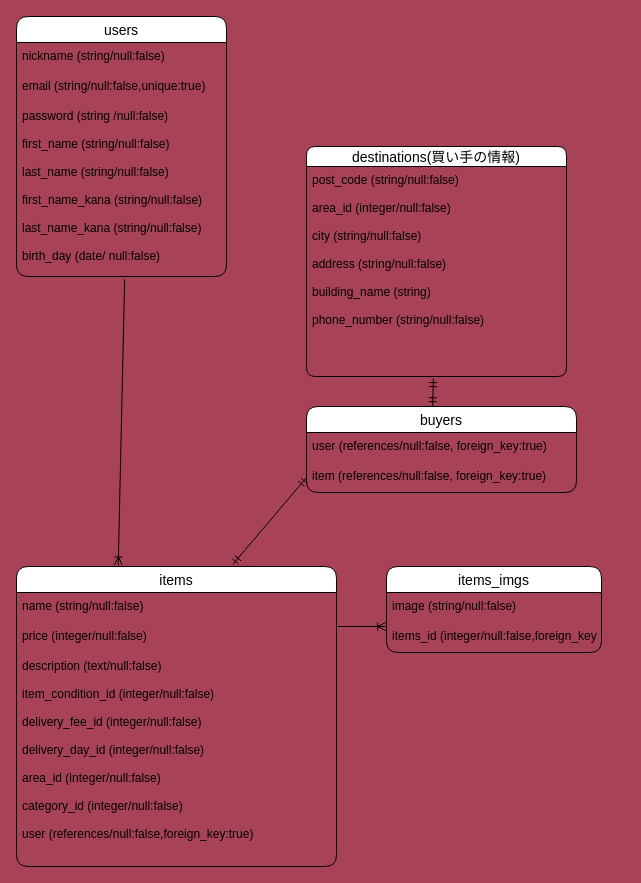
Before: er.dio in kiatklai/furima-39440, a draw.io diagram. Source tidied: cells renumbered, new cells numbered last; positions are measured from the earlier drawing's top-left corner, leaving out a move shared by most shapes. Both pictures are drawn from the tidied source at 100%, with x=0, y=0 at pixel (16, 16).
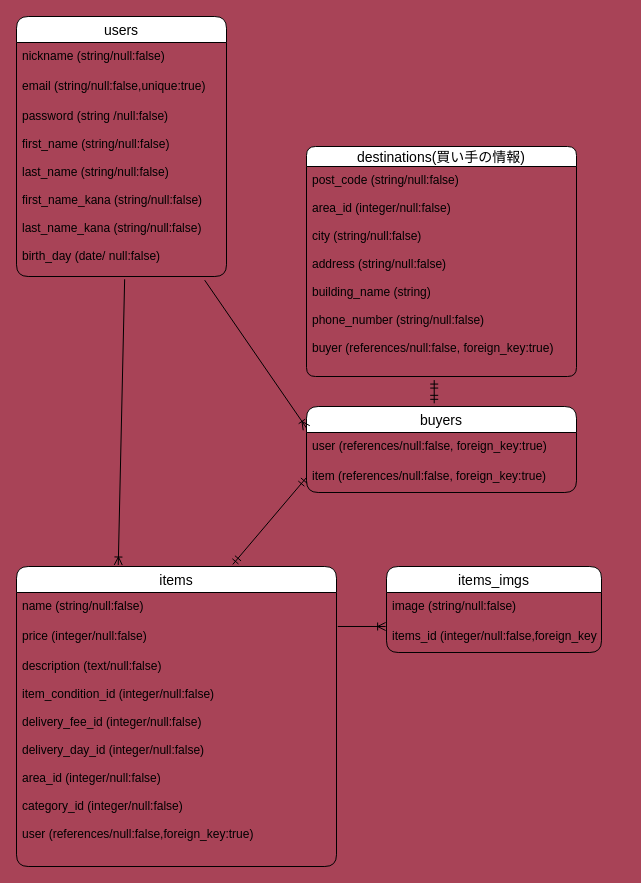
The same diagram, later.

Unchanged cells that the change refers to:
```xml
<mxCell id="5" value="password (string /null:false)&#10;&#10;first_name (string/null:false)&#10;&#10;last_name (string/null:false)&#10;&#10;first_name_kana (string/null:false)&#10;&#10;last_name_kana (string/null:false)&#10;&#10;birth_day (date/ null:false)&#10;&#10;&#10;&#10;&#10;&#10;&#10;&#10;&#10;&#10;&#10;&#10;&#10;&#10;&#10;" style="text;strokeColor=none;fillColor=none;spacingLeft=4;spacingRight=4;overflow=hidden;points=[[0,0.5],[1,0.5]];portConstraint=eastwest;fontSize=12;rounded=1;" parent="2" vertex="1">
  <mxGeometry y="86" width="210" height="174" as="geometry" />
</mxCell>
<mxCell id="10" value="buyers" style="swimlane;fontStyle=0;horizontal=1;startSize=26;align=center;fontSize=14;rounded=1;" parent="1" vertex="1">
  <mxGeometry x="290" y="390" width="270" height="86" as="geometry" />
</mxCell>
```

Diff of the diagram source:
```diff
@@
     <mxCell id="13" value="destinations(買い手の情報)" style="swimlane;fontStyle=0;horizontal=1;startSize=20;align=center;fontSize=14;rounded=1;" parent="1" vertex="1">
-      <mxGeometry x="290" y="130" width="260" height="230" as="geometry" />
+      <mxGeometry x="290" y="130" width="270" height="230" as="geometry" />
     </mxCell>
-    <mxCell id="14" value="post_code (string/null:false)&#10;&#10;area_id (integer/null:false)&#10;&#10;city (string/null:false)&#10;&#10;address (string/null:false)&#10;&#10;building_name (string)&#10;&#10;phone_number (string/null:false)&#10;&#10;" style="text;strokeColor=none;fillColor=none;spacingLeft=4;spacingRight=4;overflow=hidden;points=[[0,0.5],[1,0.5]];portConstraint=eastwest;fontSize=12;rounded=1;" parent="13" vertex="1">
-      <mxGeometry y="20" width="260" height="210" as="geometry" />
+    <mxCell id="14" value="post_code (string/null:false)&#10;&#10;area_id (integer/null:false)&#10;&#10;city (string/null:false)&#10;&#10;address (string/null:false)&#10;&#10;building_name (string)&#10;&#10;phone_number (string/null:false)&#10;&#10;buyer (references/null:false, foreign_key:true)" style="text;strokeColor=none;fillColor=none;spacingLeft=4;spacingRight=4;overflow=hidden;points=[[0,0.5],[1,0.5]];portConstraint=eastwest;fontSize=12;rounded=1;" parent="13" vertex="1">
+      <mxGeometry y="20" width="270" height="210" as="geometry" />
     </mxCell>
@@
-    <mxCell id="19" style="fontSize=12;html=1;endArrow=ERmandOne;startArrow=ERmandOne;entryX=0.488;entryY=1.01;entryDx=0;entryDy=0;entryPerimeter=0;rounded=1;exitX=0.467;exitY=-0.009;exitDx=0;exitDy=0;exitPerimeter=0;" parent="1" edge="1" source="10" target="14">
+    <mxCell id="19" style="fontSize=12;html=1;endArrow=ERmandOne;startArrow=ERmandOne;entryX=0.473;entryY=1.017;entryDx=0;entryDy=0;entryPerimeter=0;rounded=1;exitX=0.473;exitY=-0.037;exitDx=0;exitDy=0;exitPerimeter=0;" parent="1" edge="1" source="10" target="14">
       <mxGeometry relative="1" as="geometry" />
     </mxCell>
@@
+    <mxCell id="22" style="fontSize=12;html=1;endArrow=ERoneToMany;rounded=1;exitX=0.896;exitY=1.021;exitDx=0;exitDy=0;exitPerimeter=0;entryX=0;entryY=0.25;entryDx=0;entryDy=0;" parent="1" edge="1" source="5" target="10">
+      <mxGeometry relative="1" as="geometry" />
+    </mxCell>
```
